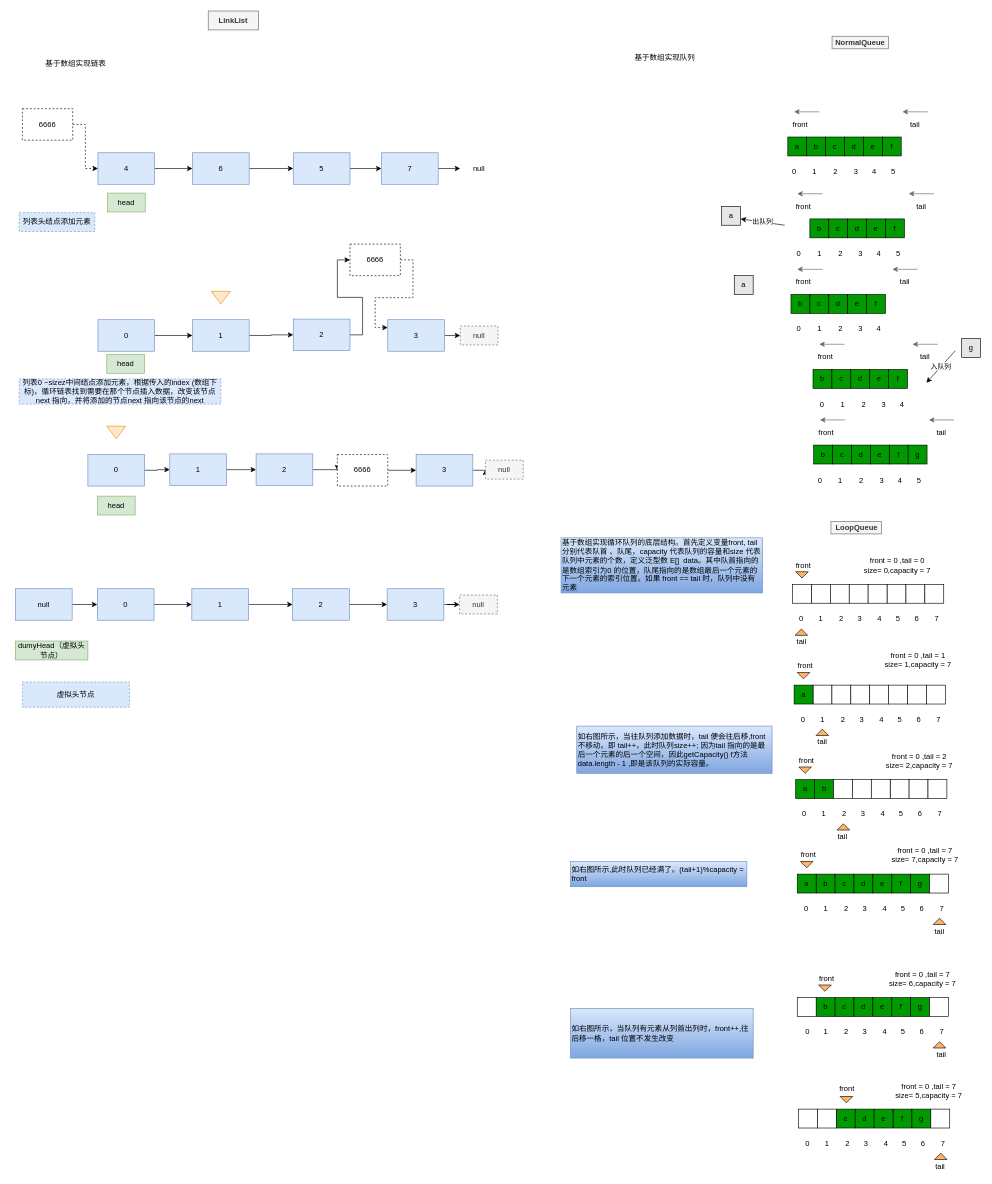
Before: 数据结构解析图.drawio in choustark/algorithms, a draw.io diagram. Source tidied: cells renumbered, new cells numbered last; positions are measured from the earlier drawing's top-left corner, leaving out a move shared by most shapes. Both pictures are drawn from the tidied source at 63%, with x=0, y=0 at pixel (15, 11).
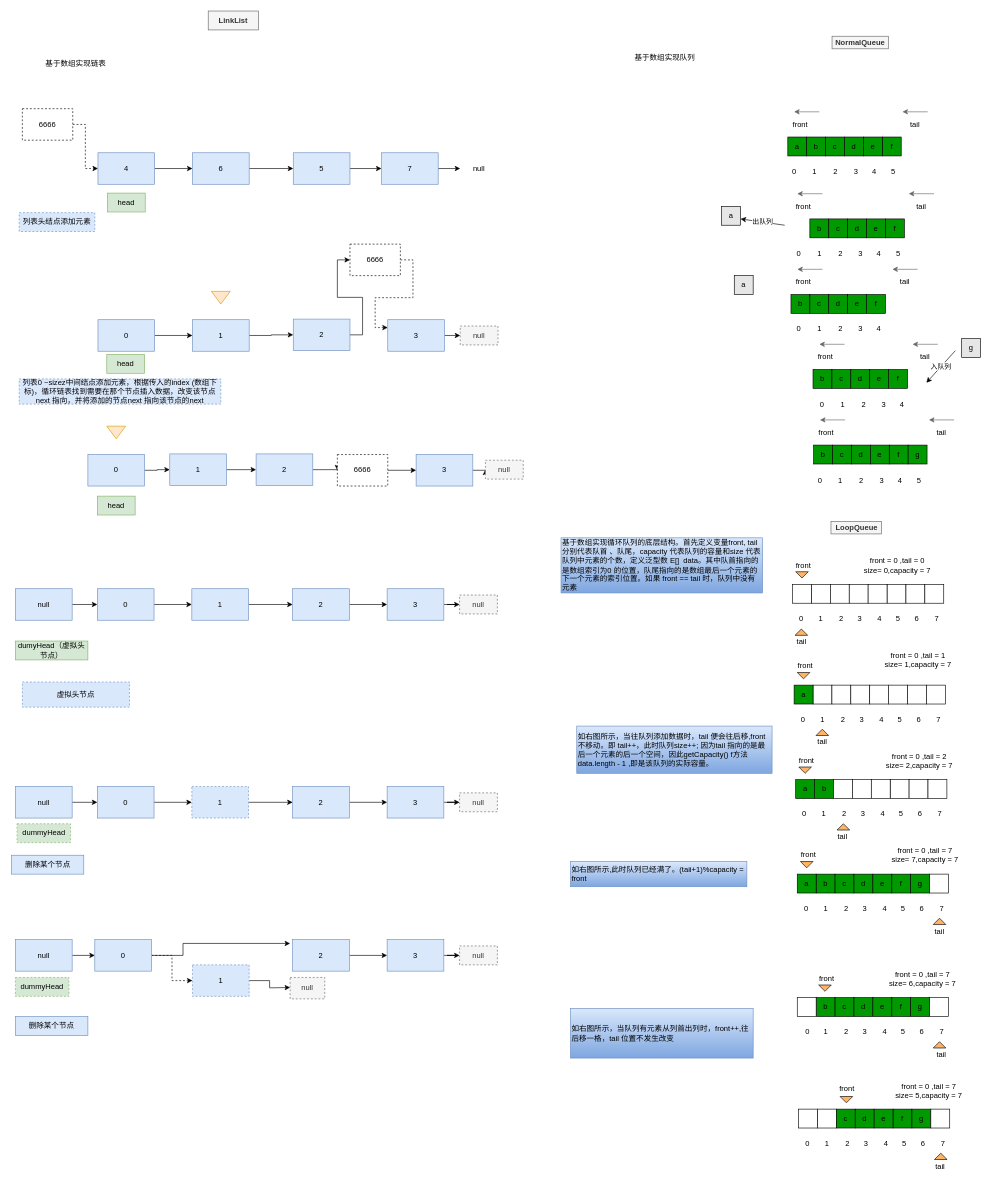
The same diagram, later.

Commit message:
Update 数据结构解析图.drawio

Change to the diagram source:
```diff
@@
+    <mxCell id="270" style="edgeStyle=orthogonalEdgeStyle;rounded=0;jettySize=auto;html=1;exitX=1;exitY=0.5;exitDx=0;exitDy=0;entryX=0;entryY=0.5;entryDx=0;entryDy=0;" parent="1" edge="1" source="271" target="273">
+      <mxGeometry relative="1" as="geometry" />
+    </mxCell>
+    <mxCell id="271" value="0" style="rounded=0;whiteSpace=wrap;html=1;fillColor=#dae8fc;strokeColor=#6c8ebf;" parent="1" vertex="1">
+      <mxGeometry x="130" y="1231" width="90" height="50" as="geometry" />
+    </mxCell>
+    <mxCell id="272" style="edgeStyle=orthogonalEdgeStyle;rounded=0;jettySize=auto;html=1;exitX=1;exitY=0.5;exitDx=0;exitDy=0;entryX=0;entryY=0.5;entryDx=0;entryDy=0;" parent="1" edge="1" source="273" target="275">
+      <mxGeometry relative="1" as="geometry" />
+    </mxCell>
+    <mxCell id="273" value="1" style="rounded=0;whiteSpace=wrap;html=1;fillColor=#dae8fc;strokeColor=#6c8ebf;dashed=1;" parent="1" vertex="1">
+      <mxGeometry x="280" y="1231" width="90" height="50" as="geometry" />
+    </mxCell>
+    <mxCell id="274" style="edgeStyle=orthogonalEdgeStyle;rounded=0;jettySize=auto;html=1;exitX=1;exitY=0.5;exitDx=0;exitDy=0;entryX=0;entryY=0.5;entryDx=0;entryDy=0;" parent="1" edge="1" source="275" target="277">
+      <mxGeometry relative="1" as="geometry" />
+    </mxCell>
+    <mxCell id="275" value="2" style="rounded=0;whiteSpace=wrap;html=1;fillColor=#dae8fc;strokeColor=#6c8ebf;" parent="1" vertex="1">
+      <mxGeometry x="440" y="1231" width="90" height="50" as="geometry" />
+    </mxCell>
+    <mxCell id="276" style="edgeStyle=orthogonalEdgeStyle;rounded=0;jettySize=auto;html=1;exitX=1;exitY=0.5;exitDx=0;exitDy=0;" parent="1" edge="1" source="277" target="281">
+      <mxGeometry relative="1" as="geometry" />
+    </mxCell>
+    <mxCell id="277" value="3" style="rounded=0;whiteSpace=wrap;html=1;fillColor=#dae8fc;strokeColor=#6c8ebf;" parent="1" vertex="1">
+      <mxGeometry x="590" y="1231" width="90" height="50" as="geometry" />
+    </mxCell>
+    <mxCell id="278" style="edgeStyle=orthogonalEdgeStyle;rounded=0;jettySize=auto;html=1;exitX=1;exitY=0.5;exitDx=0;exitDy=0;entryX=0;entryY=0.5;entryDx=0;entryDy=0;" parent="1" edge="1" source="279" target="271">
+      <mxGeometry relative="1" as="geometry" />
+    </mxCell>
+    <mxCell id="279" value="null" style="rounded=0;whiteSpace=wrap;html=1;fillColor=#dae8fc;strokeColor=#6c8ebf;" parent="1" vertex="1">
+      <mxGeometry y="1231" width="90" height="50" as="geometry" />
+    </mxCell>
+    <mxCell id="280" value="删除某个节点" style="text;html=1;strokeColor=#6c8ebf;fillColor=#dae8fc;align=center;verticalAlign=middle;whiteSpace=wrap;rounded=0;" parent="1" vertex="1">
+      <mxGeometry x="-6.5" y="1340" width="115" height="30" as="geometry" />
+    </mxCell>
+    <mxCell id="281" value="null" style="text;html=1;strokeColor=#666666;fillColor=#f5f5f5;align=center;verticalAlign=middle;whiteSpace=wrap;rounded=0;dashed=1;fontColor=#333333;" parent="1" vertex="1">
+      <mxGeometry x="705" y="1241" width="60" height="30" as="geometry" />
+    </mxCell>
+    <mxCell id="282" style="edgeStyle=orthogonalEdgeStyle;rounded=0;jettySize=auto;html=1;exitX=1;exitY=0.5;exitDx=0;exitDy=0;entryX=0;entryY=0.5;entryDx=0;entryDy=0;dashed=1;" parent="1" edge="1" source="284" target="286">
+      <mxGeometry relative="1" as="geometry" />
+    </mxCell>
+    <mxCell id="283" style="edgeStyle=orthogonalEdgeStyle;rounded=0;jettySize=auto;html=1;exitX=1;exitY=0.5;exitDx=0;exitDy=0;" parent="1" edge="1" source="284">
+      <mxGeometry relative="1" as="geometry">
+        <mxPoint x="436" y="1480" as="targetPoint" />
+        <Array as="points">
+          <mxPoint x="266" y="1499" />
+          <mxPoint x="266" y="1480" />
+        </Array>
+      </mxGeometry>
+    </mxCell>
+    <mxCell id="284" value="0" style="rounded=0;whiteSpace=wrap;html=1;fillColor=#dae8fc;strokeColor=#6c8ebf;" parent="1" vertex="1">
+      <mxGeometry x="126" y="1474" width="90" height="50" as="geometry" />
+    </mxCell>
+    <mxCell id="285" style="edgeStyle=orthogonalEdgeStyle;rounded=0;jettySize=auto;html=1;exitX=1;exitY=0.5;exitDx=0;exitDy=0;" parent="1" edge="1" source="286">
+      <mxGeometry relative="1" as="geometry">
+        <mxPoint x="436" y="1550" as="targetPoint" />
+      </mxGeometry>
+    </mxCell>
+    <mxCell id="286" value="1" style="rounded=0;whiteSpace=wrap;html=1;fillColor=#dae8fc;strokeColor=#6c8ebf;dashed=1;" parent="1" vertex="1">
+      <mxGeometry x="281" y="1514" width="90" height="50" as="geometry" />
+    </mxCell>
+    <mxCell id="287" style="edgeStyle=orthogonalEdgeStyle;rounded=0;jettySize=auto;html=1;exitX=1;exitY=0.5;exitDx=0;exitDy=0;entryX=0;entryY=0.5;entryDx=0;entryDy=0;" parent="1" edge="1" source="288" target="290">
+      <mxGeometry relative="1" as="geometry" />
+    </mxCell>
+    <mxCell id="288" value="2" style="rounded=0;whiteSpace=wrap;html=1;fillColor=#dae8fc;strokeColor=#6c8ebf;" parent="1" vertex="1">
+      <mxGeometry x="440" y="1474" width="90" height="50" as="geometry" />
+    </mxCell>
+    <mxCell id="289" style="edgeStyle=orthogonalEdgeStyle;rounded=0;jettySize=auto;html=1;exitX=1;exitY=0.5;exitDx=0;exitDy=0;" parent="1" edge="1" source="290" target="294">
+      <mxGeometry relative="1" as="geometry" />
+    </mxCell>
+    <mxCell id="290" value="3" style="rounded=0;whiteSpace=wrap;html=1;fillColor=#dae8fc;strokeColor=#6c8ebf;" parent="1" vertex="1">
+      <mxGeometry x="590" y="1474" width="90" height="50" as="geometry" />
+    </mxCell>
+    <mxCell id="291" style="edgeStyle=orthogonalEdgeStyle;rounded=0;jettySize=auto;html=1;exitX=1;exitY=0.5;exitDx=0;exitDy=0;entryX=0;entryY=0.5;entryDx=0;entryDy=0;" parent="1" edge="1" source="292" target="284">
+      <mxGeometry relative="1" as="geometry" />
+    </mxCell>
+    <mxCell id="292" value="null" style="rounded=0;whiteSpace=wrap;html=1;fillColor=#dae8fc;strokeColor=#6c8ebf;" parent="1" vertex="1">
+      <mxGeometry y="1474" width="90" height="50" as="geometry" />
+    </mxCell>
+    <mxCell id="293" value="删除某个节点" style="text;html=1;strokeColor=#6c8ebf;fillColor=#dae8fc;align=center;verticalAlign=middle;whiteSpace=wrap;rounded=0;" parent="1" vertex="1">
+      <mxGeometry y="1596" width="115" height="30" as="geometry" />
+    </mxCell>
+    <mxCell id="294" value="null" style="text;html=1;strokeColor=#666666;fillColor=#f5f5f5;align=center;verticalAlign=middle;whiteSpace=wrap;rounded=0;dashed=1;fontColor=#333333;" parent="1" vertex="1">
+      <mxGeometry x="705" y="1484" width="60" height="30" as="geometry" />
+    </mxCell>
+    <mxCell id="295" value="null" style="text;html=1;strokeColor=#666666;fillColor=#f5f5f5;align=center;verticalAlign=middle;whiteSpace=wrap;rounded=0;dashed=1;fontColor=#333333;" parent="1" vertex="1">
+      <mxGeometry x="436" y="1534" width="55" height="34" as="geometry" />
+    </mxCell>
+    <mxCell id="296" value="dummyHead" style="text;html=1;strokeColor=#82b366;fillColor=#d5e8d4;align=center;verticalAlign=middle;whiteSpace=wrap;rounded=0;dashed=1;" parent="1" vertex="1">
+      <mxGeometry x="2.5" y="1290" width="85" height="30" as="geometry" />
+    </mxCell>
+    <mxCell id="297" value="dummyHead" style="text;html=1;strokeColor=#82b366;fillColor=#d5e8d4;align=center;verticalAlign=middle;whiteSpace=wrap;rounded=0;dashed=1;" parent="1" vertex="1">
+      <mxGeometry y="1534" width="85" height="30" as="geometry" />
+    </mxCell>
```
